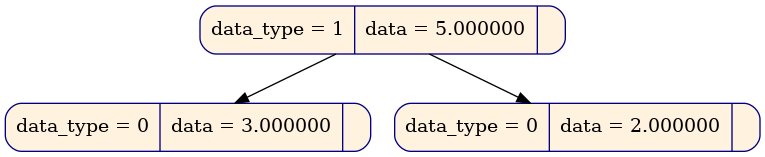
Above: diff_tree/gr_dump/new_tree.dot.png in pupach/diff_tree (Graphviz), before the change. Its source is kept beside it as diff_tree/gr_dump/new_tree.dot.
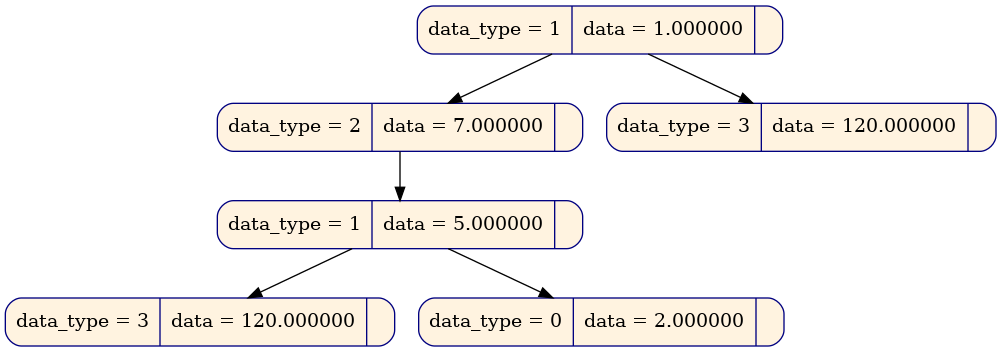
Above is the later version.

What changed in the source:
```diff
@@ -1,9 +1,15 @@
 digraph
 {
 node [shape = Mrecord, color  = "navy", style = "filled"];
-node0x619000000af0[label = " data_type = 1 | data = 5.000000 | ", fillcolor = "#fff3e0", rank = 0];
-node0x619000000a80[label = " data_type = 0 | data = 3.000000 | ", fillcolor = "#fff3e0", rank = 1];
-node0x619000000ab8[label = " data_type = 0 | data = 2.000000 | ", fillcolor = "#fff3e0", rank = 1];
+node0x619000000b98[label = " data_type = 1 | data = 1.000000 | ", fillcolor = "#fff3e0", rank = 0];
+node0x619000000b28[label = " data_type = 2 | data = 7.000000 | ", fillcolor = "#fff3e0", rank = 1];
+node0x619000000af0[label = " data_type = 1 | data = 5.000000 | ", fillcolor = "#fff3e0", rank = 2];
+node0x619000000a80[label = " data_type = 3 | data = 120.000000 | ", fillcolor = "#fff3e0", rank = 3];
+node0x619000000ab8[label = " data_type = 0 | data = 2.000000 | ", fillcolor = "#fff3e0", rank = 3];
+node0x619000000b60[label = " data_type = 3 | data = 120.000000 | ", fillcolor = "#fff3e0", rank = 1];
+node0x619000000b98 -> node0x619000000b28;
+node0x619000000b28 -> node0x619000000af0;
 node0x619000000af0 -> node0x619000000a80;
 node0x619000000af0 -> node0x619000000ab8;
+node0x619000000b98 -> node0x619000000b60;
 }
```
